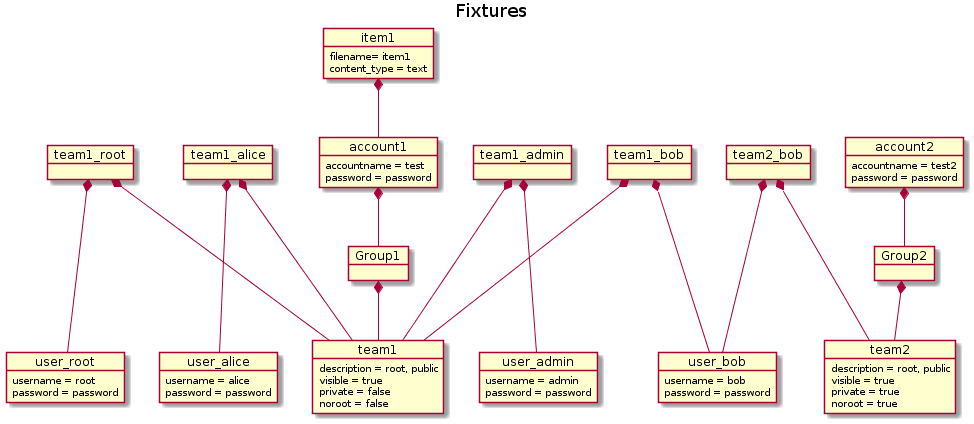
Above: doc/fixtures.png in puzzle/cryptopus (PlantUML), before the change. Source of this version:
```plantuml
@startuml
title Fixtures



object team1
object team2


team1 : description = root, public
team1 : visible = true
team1 : private = false
team1 : noroot = false

team2 : description = root, public
team2 : visible = true
team2 : private = true
team2 : noroot = true





object Group1
object Group2

Group1 *-- team1
Group2 *-- team2




object account1
object account2

account1 *-- Group1
account2 *-- Group2

account1 : accountname = test
account1 : password = password

account2 : accountname = test2
account2 : password = password




object item1

item1 *-- account1

item1 : filename= item1
item1 : content_type = text




object team1_bob
object team2_bob
object team1_root
object team1_alice
object team1_admin



object user_root
object user_bob
object user_alice
object user_admin


user_root : username = root
user_root : password = password

user_bob : username = bob
user_bob : password = password

user_alice : username = alice
user_alice : password = password

user_admin : username = admin
user_admin : password = password




team1_bob *--- user_bob
team1_bob *--- team1
team2_bob *--- user_bob
team2_bob *--- team2

team1_root *--- user_root
team1_root *--- team1

team1_alice *--- user_alice
team1_alice *--- team1

team1_admin *--- user_admin
team1_admin *--- team1
@enduml
```
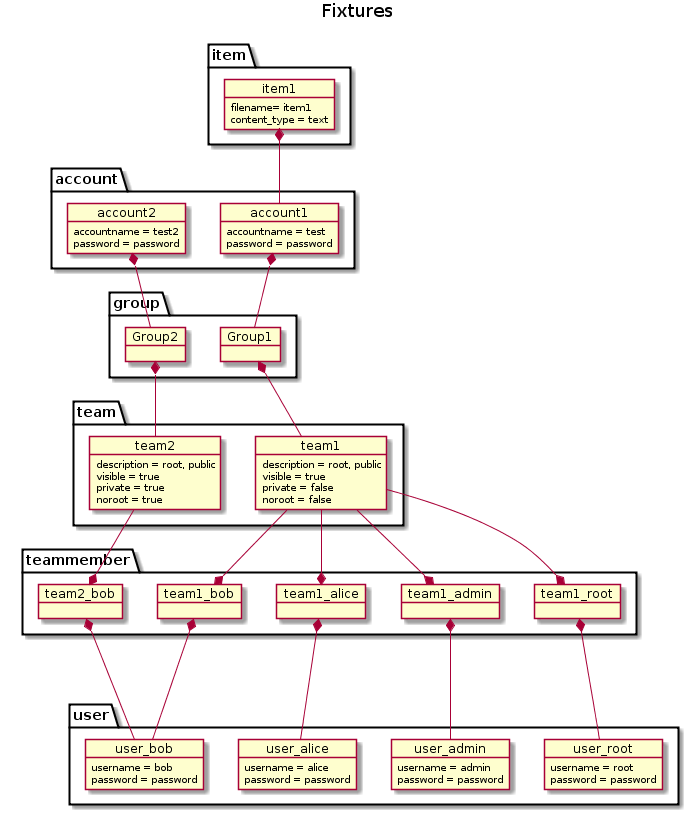
After the commit.

What changed in the source:
```diff
@@ -2,7 +2,7 @@
 title Fixtures
 
 
-
+package "team" {
 object team1
 object team2
 
@@ -17,19 +17,19 @@
 team2 : private = true
 team2 : noroot = true
 
+}
 
 
-
-
+package "group" {
 object Group1
 object Group2
 
 Group1 *-- team1
 Group2 *-- team2
 
+}
 
-
-
+package "account" {
 object account1
 object account2
 
@@ -41,10 +41,10 @@
 
 account2 : accountname = test2
 account2 : password = password
+}
 
 
-
-
+package "item" {
 object item1
 
 item1 *-- account1
@@ -52,17 +52,18 @@
 item1 : filename= item1
 item1 : content_type = text
 
+}
 
-
-
+package "teammember" {
 object team1_bob
 object team2_bob
 object team1_root
 object team1_alice
 object team1_admin
 
+}
 
-
+package "user" {
 object user_root
 object user_bob
 object user_alice
@@ -84,17 +85,19 @@
 
 
 
-team1_bob *--- user_bob
-team1_bob *--- team1
+team1_bob *-- user_bob
+team1_bob *-up- team1
 team2_bob *--- user_bob
-team2_bob *--- team2
+team2_bob *-up- team2
 
 team1_root *--- user_root
-team1_root *--- team1
+team1_root *-up- team1
 
 team1_alice *--- user_alice
-team1_alice *--- team1
+team1_alice *-up- team1
 
 team1_admin *--- user_admin
-team1_admin *--- team1
+team1_admin *-up- team1
+
+}
 @enduml
```
